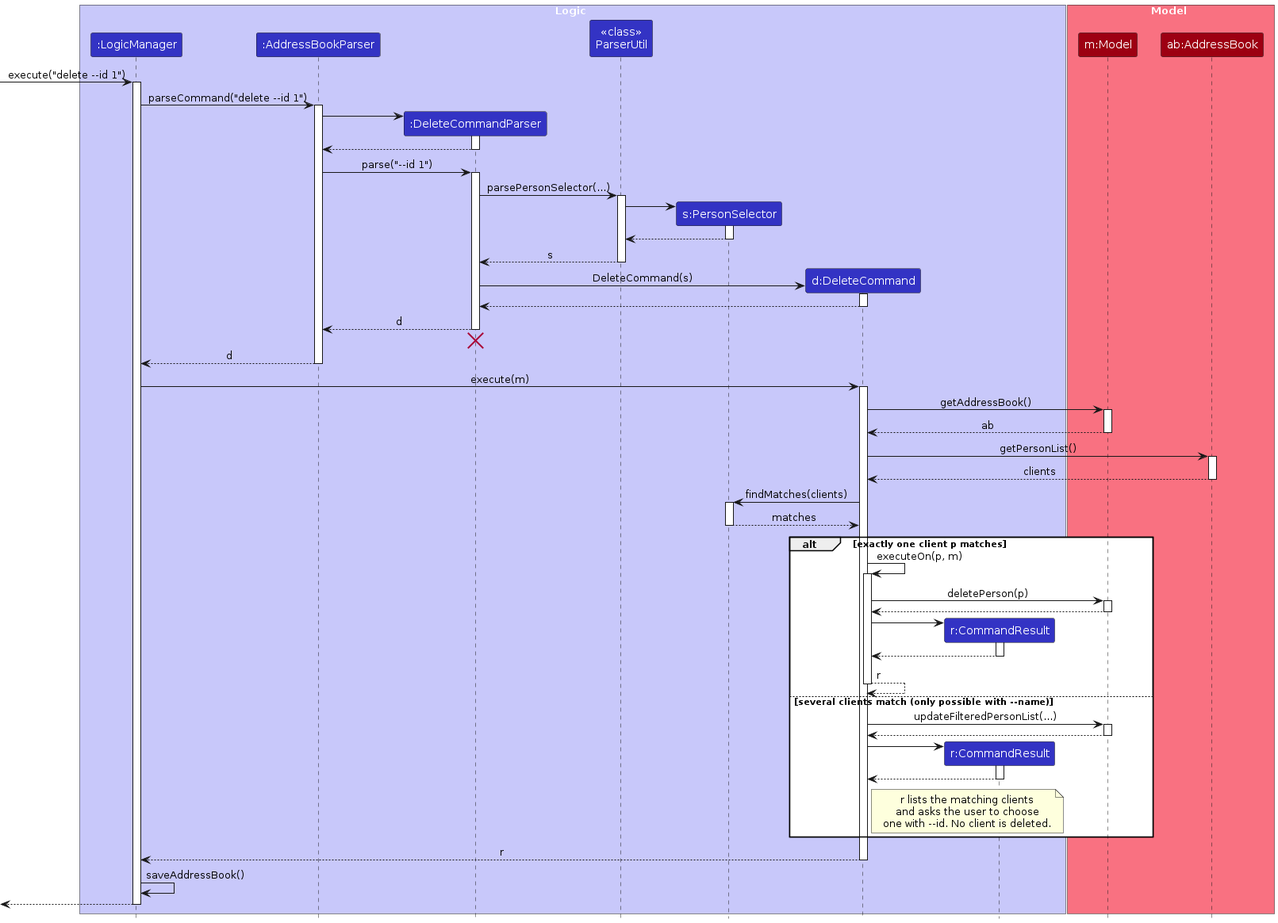
Above: diagrams/DeleteSequenceDiagram.png in AY2627S1-CS2103T-T15-1/tp (PlantUML), before the change. Its source is kept beside it as diagrams/DeleteSequenceDiagram.puml.
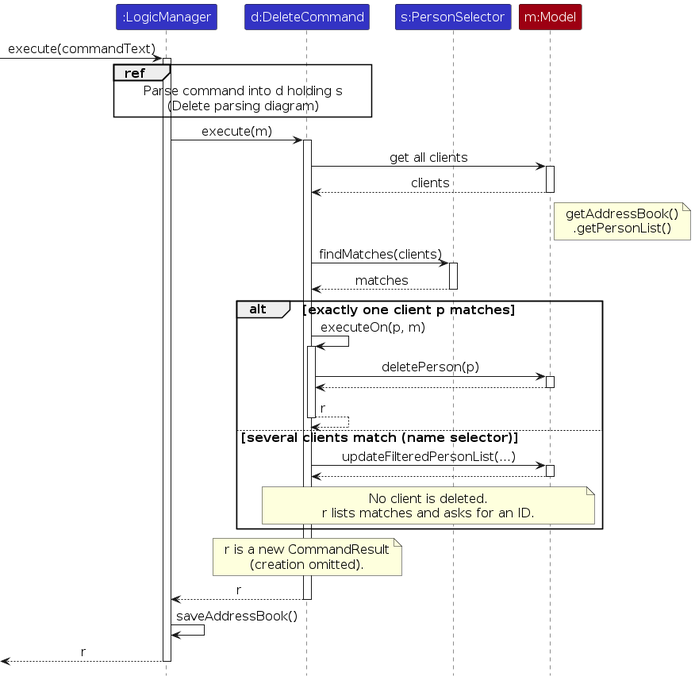
After the change.

What changed in the source:
```diff
@@ -1,136 +1,66 @@
 @startuml
 !include style.puml
 skinparam ArrowFontStyle plain
+skinparam DefaultFontSize 16
+skinparam ParticipantPadding 4
+skinparam Participant {
+    Padding 0
+    FontSize 16
+}
 
-box Logic LOGIC_COLOR_T1
-participant ":LogicManager" as LogicManager LOGIC_COLOR
-participant ":AddressBookParser" as AddressBookParser LOGIC_COLOR
-participant ":DeleteCommandParser" as DeleteCommandParser LOGIC_COLOR
-participant "<<class>>\nParserUtil" as ParserUtil LOGIC_COLOR
-participant "s:PersonSelector" as PersonSelector LOGIC_COLOR
-participant "d:DeleteCommand" as DeleteCommand LOGIC_COLOR
-participant "r:CommandResult" as CommandResult LOGIC_COLOR
-end box
+participant ":LogicManager" as Logic LOGIC_COLOR
+participant "d:DeleteCommand" as Command LOGIC_COLOR
+participant "s:PersonSelector" as Selector LOGIC_COLOR
+participant "m:Model" as Model MODEL_COLOR
 
-box Model MODEL_COLOR_T1
-participant "m:Model" as Model MODEL_COLOR
-participant "ab:AddressBook" as AddressBook MODEL_COLOR
-end box
-
-[-> LogicManager : execute("delete --id 1")
-activate LogicManager
-
-LogicManager -> AddressBookParser : parseCommand("delete --id 1")
-activate AddressBookParser
-
-create DeleteCommandParser
-AddressBookParser -> DeleteCommandParser
-activate DeleteCommandParser
-
-DeleteCommandParser --> AddressBookParser
-deactivate DeleteCommandParser
-
-AddressBookParser -> DeleteCommandParser : parse("--id 1")
-activate DeleteCommandParser
-
-DeleteCommandParser -> ParserUtil : parsePersonSelector(...)
-activate ParserUtil
-
-create PersonSelector
-ParserUtil -> PersonSelector
-activate PersonSelector
-
-PersonSelector --> ParserUtil
-deactivate PersonSelector
-
-ParserUtil --> DeleteCommandParser : s
-deactivate ParserUtil
-
-create DeleteCommand
-DeleteCommandParser -> DeleteCommand : DeleteCommand(s)
-activate DeleteCommand
-
-DeleteCommand --> DeleteCommandParser
-deactivate DeleteCommand
-
-DeleteCommandParser --> AddressBookParser : d
-deactivate DeleteCommandParser
-DeleteCommandParser -[hidden]-> AddressBookParser
-destroy DeleteCommandParser
-
-AddressBookParser --> LogicManager : d
-deactivate AddressBookParser
-
-LogicManager -> DeleteCommand : execute(m)
-activate DeleteCommand
-
-DeleteCommand -> Model : getAddressBook()
+[-> Logic : execute(commandText)
+activate Logic
+ref over Logic, Command
+    Parse command into d holding s
+    (Delete parsing diagram)
+end ref
+Logic -> Command : execute(m)
+activate Command
+Command -> Model : get all clients
 activate Model
-
-Model --> DeleteCommand : ab
+Model --> Command : clients
 deactivate Model
-
-DeleteCommand -> AddressBook : getPersonList()
-activate AddressBook
-
-AddressBook --> DeleteCommand : clients
-deactivate AddressBook
-
-DeleteCommand -> PersonSelector : findMatches(clients)
-activate PersonSelector
-
-PersonSelector --> DeleteCommand : matches
-deactivate PersonSelector
+note right of Model
+    getAddressBook()
+    .getPersonList()
+end note
+Command -> Selector : findMatches(clients)
+activate Selector
+Selector --> Command : matches
+deactivate Selector
 
 alt exactly one client p matches
-
-    DeleteCommand -> DeleteCommand : executeOn(p, m)
-    activate DeleteCommand
-
-    DeleteCommand -> Model : deletePerson(p)
+    Command -> Command : executeOn(p, m)
+    activate Command
+    Command -> Model : deletePerson(p)
     activate Model
-
-    Model --> DeleteCommand
+    Model --> Command
     deactivate Model
-
-    create CommandResult
-    DeleteCommand -> CommandResult
-    activate CommandResult
-
-    CommandResult --> DeleteCommand
-    deactivate CommandResult
-
-    DeleteCommand --> DeleteCommand : r
-    deactivate DeleteCommand
-
-else several clients match (only possible with --name)
-
-    DeleteCommand -> Model : updateFilteredPersonList(...)
+    Command --> Command : r
+    deactivate Command
+else several clients match (name selector)
+    Command -> Model : updateFilteredPersonList(...)
     activate Model
-
-    Model --> DeleteCommand
+    Model --> Command
     deactivate Model
-
-    create CommandResult
-    DeleteCommand -> CommandResult
-    activate CommandResult
-
-    CommandResult --> DeleteCommand
-    deactivate CommandResult
-
-    note right of DeleteCommand
-        r lists the matching clients
-        and asks the user to choose
-        one with --id. No client is deleted.
+    note over Command, Model
+        No client is deleted.
+        r lists matches and asks for an ID.
     end note
-
 end
 
-DeleteCommand --> LogicManager : r
-deactivate DeleteCommand
-
-LogicManager -> LogicManager : saveAddressBook()
-
-[<--LogicManager
-deactivate LogicManager
+note over Command
+    r is a new CommandResult
+    (creation omitted).
+end note
+Command --> Logic : r
+deactivate Command
+Logic -> Logic : saveAddressBook()
+[<-- Logic : r
+deactivate Logic
 @enduml
```
